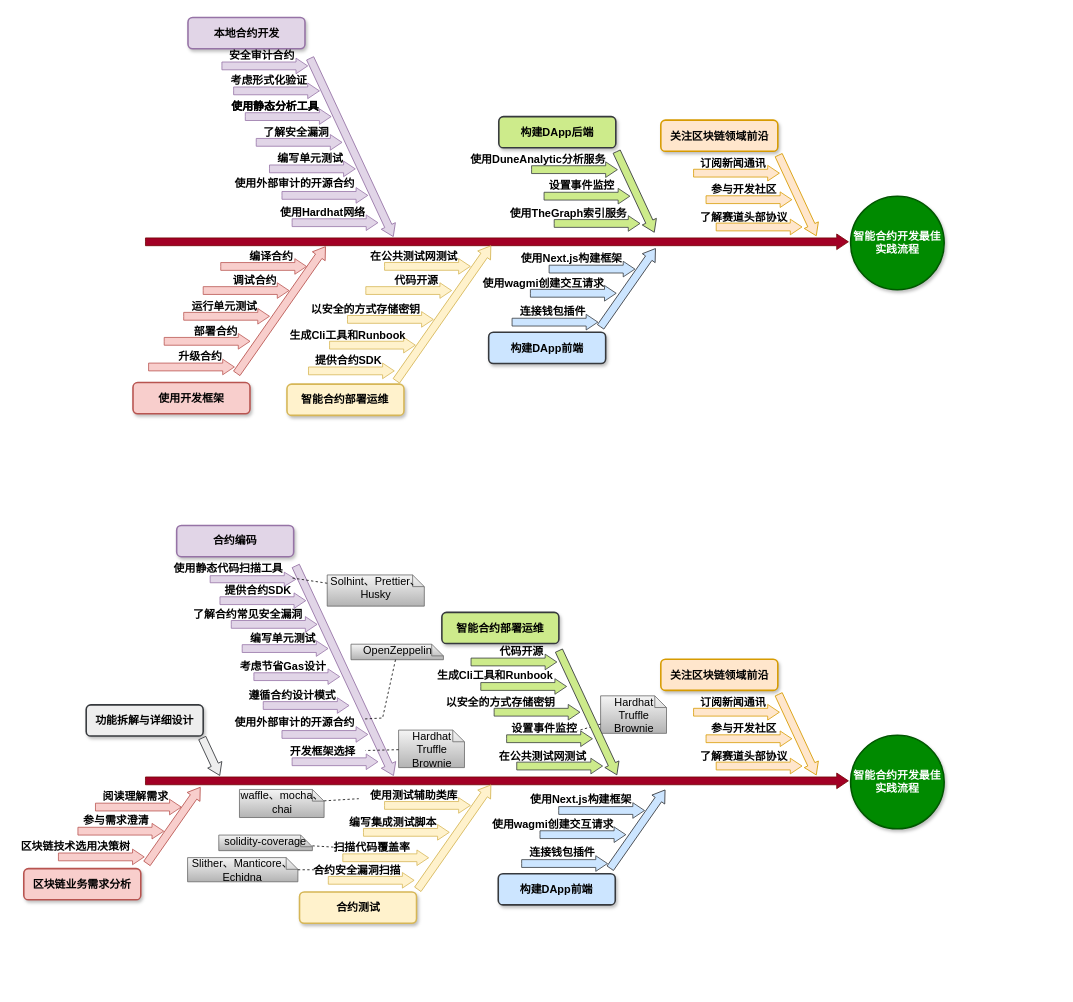
Before: 智能合约最佳实践流程.drawio in luuuuo/luuuuo_content, a draw.io diagram. Source tidied: cells renumbered, new cells numbered last; positions are measured from the earlier drawing's top-left corner, leaving out a move shared by most shapes. Both pictures are drawn from the tidied source at 78%, with x=0, y=0 at pixel (12, -110).
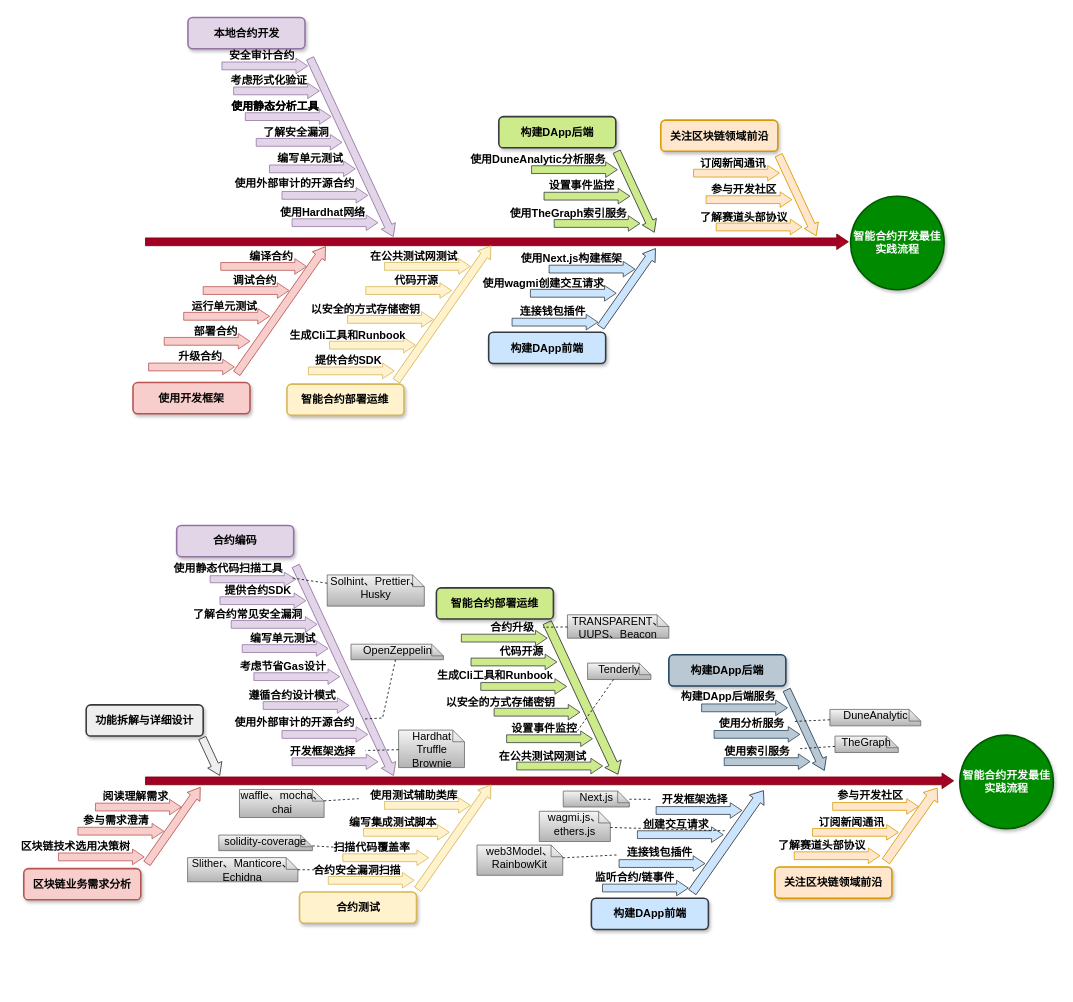
The same diagram, later.

Commit message (it also covers changes not shown here):
更新智能合约最佳实践流程.drawio

What changed in the source:
```diff
@@
     <mxCell id="90" style="html=1;shadow=0;dashed=0;align=center;verticalAlign=middle;shape=mxgraph.arrows2.arrow;dy=0.5;dx=15;direction=north;notch=0;rounded=0;strokeWidth=1;fontSize=14;rotation=90;fillColor=#a20025;strokeColor=#6F0000;fontStyle=1;fontColor=#ffffff;" parent="1" vertex="1">
-      <mxGeometry x="610.6" y="691" width="20" height="901.2" as="geometry" />
+      <mxGeometry x="678.1" y="623.5" width="20" height="1036.2" as="geometry" />
     </mxCell>
@@
     <mxCell id="93" value="智能合约开发最佳实践流程" style="ellipse;whiteSpace=wrap;html=1;rounded=1;shadow=1;strokeWidth=2;fontSize=14;align=center;fontStyle=1;fillColor=#008a00;fontColor=#ffffff;strokeColor=#005700;" parent="1" vertex="1">
-      <mxGeometry x="1074" y="1083.1" width="120" height="120" as="geometry" />
+      <mxGeometry x="1214" y="1083" width="120" height="120" as="geometry" />
     </mxCell>
@@
     <mxCell id="99" style="html=1;shadow=0;dashed=0;align=center;verticalAlign=middle;shape=mxgraph.arrows2.arrow;dy=0.5;dx=15;direction=north;notch=0;rounded=0;strokeWidth=1;fontSize=14;rotation=35;fillColor=#cce5ff;strokeColor=#36393d;fontStyle=1;" parent="1" vertex="1">
-      <mxGeometry x="791" y="1142.2" width="20" height="122.5" as="geometry" />
+      <mxGeometry x="905.2" y="1139.8" width="23" height="158.8" as="geometry" />
     </mxCell>
     <mxCell id="100" value="构建DApp前端" style="rounded=1;whiteSpace=wrap;html=1;shadow=1;strokeWidth=2;fontSize=14;fillColor=#cce5ff;strokeColor=#36393d;align=center;fontStyle=1;" parent="1" vertex="1">
-      <mxGeometry x="622.3" y="1260.6" width="150" height="40" as="geometry" />
+      <mxGeometry x="741.7" y="1292.1" width="150" height="40" as="geometry" />
     </mxCell>
     <mxCell id="101" style="html=1;shadow=0;dashed=0;align=center;verticalAlign=middle;shape=mxgraph.arrows2.arrow;dy=0.5;dx=15;direction=north;notch=0;rounded=0;strokeWidth=1;fontSize=14;rotation=90;horizontal=0;labelPosition=left;verticalLabelPosition=middle;fillColor=#cce5ff;strokeColor=#36393d;fontStyle=1;" parent="1" vertex="1">
-      <mxGeometry x="744.8" y="1124.6" width="20" height="110" as="geometry" />
+      <mxGeometry x="869.7" y="1124.6" width="20" height="110" as="geometry" />
     </mxCell>
-    <mxCell id="102" value="使用Next.js构建框架" style="text;html=1;align=center;verticalAlign=middle;points=[];strokeColor=none;fillColor=none;fontSize=14;fontStyle=1;" parent="1" vertex="1">
-      <mxGeometry x="652.8" y="1150.6" width="150" height="30" as="geometry" />
+    <mxCell id="102" value="开发框架选择" style="text;html=1;align=center;verticalAlign=middle;points=[];strokeColor=none;fillColor=none;fontSize=14;fontStyle=1;" parent="1" vertex="1">
+      <mxGeometry x="818.7" y="1150.6" width="110" height="30" as="geometry" />
     </mxCell>
     <mxCell id="103" style="html=1;shadow=0;dashed=0;align=center;verticalAlign=middle;shape=mxgraph.arrows2.arrow;dy=0.5;dx=15;direction=north;notch=0;rounded=0;strokeWidth=1;fontSize=14;rotation=90;horizontal=0;labelPosition=left;verticalLabelPosition=middle;fillColor=#cce5ff;strokeColor=#36393d;fontStyle=1;" parent="1" vertex="1">
-      <mxGeometry x="720.8" y="1155.6" width="20" height="110" as="geometry" />
+      <mxGeometry x="845.7" y="1155.6" width="20" height="110" as="geometry" />
     </mxCell>
-    <mxCell id="104" value="使用wagmi创建交互请求" style="text;html=1;align=center;verticalAlign=middle;strokeColor=none;fillColor=none;fontSize=14;fontStyle=1;" parent="1" vertex="1">
-      <mxGeometry x="601.8" y="1182.6" width="180" height="30" as="geometry" />
+    <mxCell id="104" value="创建交互请求" style="text;html=1;align=center;verticalAlign=middle;strokeColor=none;fillColor=none;fontSize=14;fontStyle=1;" parent="1" vertex="1">
+      <mxGeometry x="794.6" y="1183.1" width="110" height="30" as="geometry" />
     </mxCell>
-    <mxCell id="105" style="group;align=center;fontSize=14;fontStyle=1;" parent="1" vertex="1">
-      <mxGeometry x="575" y="1209.6" width="211" height="45" as="geometry" />
-    </mxCell>
-    <mxCell id="106" style="html=1;shadow=0;dashed=0;align=center;verticalAlign=middle;shape=mxgraph.arrows2.arrow;dy=0.5;dx=15;direction=north;notch=0;rounded=0;strokeWidth=1;fontSize=14;rotation=90;horizontal=0;labelPosition=left;verticalLabelPosition=middle;fillColor=#cce5ff;strokeColor=#36393d;fontStyle=1;" parent="105" vertex="1">
-      <mxGeometry x="122.3" y="-17" width="20" height="110" as="geometry" />
-    </mxCell>
-    <mxCell id="107" value="连接钱包插件" style="text;html=1;align=center;verticalAlign=middle;points=[];strokeColor=none;fillColor=none;fontSize=14;fontStyle=1;" parent="105" vertex="1">
-      <mxGeometry x="74.3" y="9" width="110" height="30" as="geometry" />
-    </mxCell>
-    <mxCell id="108" style="group;align=center;fontSize=14;fontStyle=1;" parent="1" vertex="1">
-      <mxGeometry x="754.7" y="1049.6" width="245" height="48" as="geometry" />
-    </mxCell>
-    <mxCell id="109" style="html=1;shadow=0;dashed=0;align=center;verticalAlign=middle;shape=mxgraph.arrows2.arrow;dy=0.5;dx=15;direction=north;notch=0;rounded=0;strokeWidth=1;fontSize=14;rotation=90;horizontal=0;labelPosition=left;verticalLabelPosition=middle;fillColor=#ffe6cc;strokeColor=#d79b00;fontStyle=1;" parent="108" vertex="1">
-      <mxGeometry x="179" y="-17" width="20" height="110" as="geometry" />
-    </mxCell>
-    <mxCell id="110" value="&lt;font style=&quot;font-size: 14px;&quot;&gt;参与开发社区&lt;/font&gt;" style="text;html=1;align=center;verticalAlign=middle;strokeColor=none;fillColor=none;fontSize=14;fontStyle=1;" parent="108" vertex="1">
-      <mxGeometry x="127" y="9" width="110" height="30" as="geometry" />
-    </mxCell>
-    <mxCell id="111" value="Hardhat&#10;Truffle&#10;Brownie" style="shape=note;size=15;spacingLeft=5;overflow=fill;whiteSpace=wrap;fontSize=14;verticalAlign=middle;spacing=0;fillColor=#f5f5f5;strokeColor=#666666;gradientColor=#b3b3b3;" parent="108" vertex="1">
-      <mxGeometry x="-1.2" y="-17" width="84.5" height="48.1" as="geometry" />
-    </mxCell>
-    <mxCell id="112" style="rounded=0;endArrow=none;dashed=1;html=1;fontSize=14;" parent="108" edge="1" source="111">
-      <mxGeometry relative="1" as="geometry">
-        <mxPoint x="-30.7" y="27.8" as="targetPoint" />
-      </mxGeometry>
-    </mxCell>
-    <mxCell id="113" style="html=1;shadow=0;dashed=0;align=center;verticalAlign=middle;shape=mxgraph.arrows2.arrow;dy=0.5;dx=15;direction=north;notch=0;rounded=0;strokeWidth=1;fontSize=14;rotation=90;horizontal=0;labelPosition=left;verticalLabelPosition=middle;fillColor=#ffe6cc;strokeColor=#d79b00;fontStyle=1;" parent="1" vertex="1">
-      <mxGeometry x="946.7" y="1067.6" width="20" height="110" as="geometry" />
-    </mxCell>
-    <mxCell id="114" value="&lt;font style=&quot;font-size: 14px;&quot;&gt;了解赛道头部协议&lt;/font&gt;" style="text;html=1;align=center;verticalAlign=middle;strokeColor=none;fillColor=none;fontSize=14;fontStyle=1;" parent="1" vertex="1">
-      <mxGeometry x="866.7" y="1094.6" width="140" height="30" as="geometry" />
-    </mxCell>
-    <mxCell id="115" style="html=1;shadow=0;dashed=0;align=center;verticalAlign=middle;shape=mxgraph.arrows2.arrow;dy=0.5;dx=15;direction=north;notch=0;rounded=0;strokeWidth=1;fontSize=14;rotation=155;fillColor=#ffe6cc;strokeColor=#d79b00;fontStyle=1;" parent="1" vertex="1">
-      <mxGeometry x="995.9" y="1025.3" width="20" height="114" as="geometry" />
-    </mxCell>
-    <mxCell id="116" style="html=1;shadow=0;dashed=0;align=center;verticalAlign=middle;shape=mxgraph.arrows2.arrow;dy=0.5;dx=15;direction=north;notch=0;rounded=0;strokeWidth=1;fontSize=14;rotation=90;horizontal=0;labelPosition=left;verticalLabelPosition=middle;fillColor=#ffe6cc;strokeColor=#d79b00;fontStyle=1;" parent="1" vertex="1">
-      <mxGeometry x="917.7" y="998.6" width="20" height="110" as="geometry" />
-    </mxCell>
-    <mxCell id="117" value="&lt;font style=&quot;font-size: 14px;&quot;&gt;订阅新闻通讯&lt;/font&gt;" style="text;html=1;align=center;verticalAlign=middle;strokeColor=none;fillColor=none;fontSize=14;fontStyle=1;" parent="1" vertex="1">
-      <mxGeometry x="867.7" y="1025.6" width="110" height="30" as="geometry" />
-    </mxCell>
     <mxCell id="118" value="关注区块链领域前沿" style="rounded=1;whiteSpace=wrap;html=1;shadow=1;strokeWidth=2;fontSize=14;fillColor=#ffe6cc;strokeColor=#d79b00;align=center;fontStyle=1;" parent="1" vertex="1">
-      <mxGeometry x="830.7" y="985.6" width="150" height="40" as="geometry" />
+      <mxGeometry x="977" y="1252.1" width="150" height="40" as="geometry" />
     </mxCell>
@@
     <mxCell id="164" style="html=1;shadow=0;dashed=0;align=center;verticalAlign=middle;shape=mxgraph.arrows2.arrow;dy=0.5;dx=15;direction=north;notch=0;rounded=0;strokeWidth=1;fontSize=14;rotation=155;fillColor=#cdeb8b;strokeColor=#36393d;fontStyle=1;" parent="1" vertex="1">
-      <mxGeometry x="727.2" y="966.4" width="20" height="175.7" as="geometry" />
+      <mxGeometry x="718.8" y="928.7" width="23.2" height="214.6" as="geometry" />
     </mxCell>
@@
     <mxCell id="167" value="智能合约部署运维" style="rounded=1;whiteSpace=wrap;html=1;shadow=1;strokeWidth=2;fontSize=14;fillColor=#cdeb8b;strokeColor=#36393d;align=center;fontStyle=1;" parent="1" vertex="1">
-      <mxGeometry x="550" y="925.6" width="150" height="40" as="geometry" />
+      <mxGeometry x="543" y="894.2" width="150" height="40" as="geometry" />
     </mxCell>
-    <mxCell id="168" style="html=1;shadow=0;dashed=0;align=center;verticalAlign=middle;shape=mxgraph.arrows2.arrow;dy=0.5;dx=15;direction=north;notch=0;rounded=0;strokeWidth=1;fontSize=14;rotation=90;horizontal=0;labelPosition=left;verticalLabelPosition=middle;fillColor=#cdeb8b;strokeColor=#36393d;fontStyle=1;" parent="1" vertex="1">
-      <mxGeometry x="632.4" y="934.2" width="20" height="110" as="geometry" />
-    </mxCell>
-    <mxCell id="169" value="代码开源" style="text;html=1;align=center;verticalAlign=middle;strokeColor=none;fillColor=none;fontSize=14;fontStyle=1;" parent="1" vertex="1">
-      <mxGeometry x="612" y="960.6" width="80" height="30" as="geometry" />
-    </mxCell>
@@
+    <mxCell id="182" style="group;" parent="1" vertex="1">
+      <mxGeometry x="774.2" y="1218.6" width="113" height="39" as="geometry" />
+    </mxCell>
+    <mxCell id="106" style="html=1;shadow=0;dashed=0;align=center;verticalAlign=middle;shape=mxgraph.arrows2.arrow;dy=0.5;dx=15;direction=north;notch=0;rounded=0;strokeWidth=1;fontSize=14;rotation=90;horizontal=0;labelPosition=left;verticalLabelPosition=middle;fillColor=#cce5ff;strokeColor=#36393d;fontStyle=1;" parent="182" vertex="1">
+      <mxGeometry x="48" y="-26" width="20" height="110" as="geometry" />
+    </mxCell>
+    <mxCell id="107" value="连接钱包插件" style="text;html=1;align=center;verticalAlign=middle;points=[];strokeColor=none;fillColor=none;fontSize=14;fontStyle=1;" parent="182" vertex="1">
+      <mxGeometry width="110" height="30" as="geometry" />
+    </mxCell>
+    <mxCell id="183" style="group;" parent="1" vertex="1">
+      <mxGeometry x="752.9" y="1250" width="120" height="39" as="geometry" />
+    </mxCell>
+    <mxCell id="184" style="html=1;shadow=0;dashed=0;align=center;verticalAlign=middle;shape=mxgraph.arrows2.arrow;dy=0.5;dx=15;direction=north;notch=0;rounded=0;strokeWidth=1;fontSize=14;rotation=90;horizontal=0;labelPosition=left;verticalLabelPosition=middle;fillColor=#cce5ff;strokeColor=#36393d;fontStyle=1;" parent="183" vertex="1">
+      <mxGeometry x="48" y="-26" width="20" height="110" as="geometry" />
+    </mxCell>
+    <mxCell id="185" value="监听合约/链事件" style="text;html=1;align=center;verticalAlign=middle;strokeColor=none;fillColor=none;fontSize=14;fontStyle=1;" parent="183" vertex="1">
+      <mxGeometry x="-21" width="130" height="30" as="geometry" />
+    </mxCell>
+    <mxCell id="186" value="TRANSPARENT、UUPS、Beacon" style="shape=note;size=15;spacingLeft=5;overflow=fill;whiteSpace=wrap;fontSize=14;verticalAlign=middle;spacing=0;fillColor=#f5f5f5;strokeColor=#666666;gradientColor=#b3b3b3;" parent="1" vertex="1">
+      <mxGeometry x="711" y="928.7" width="130" height="30" as="geometry" />
+    </mxCell>
+    <mxCell id="187" style="rounded=0;endArrow=none;dashed=1;html=1;fontSize=14;" parent="1" edge="1" source="186" target="191">
+      <mxGeometry relative="1" as="geometry" />
+    </mxCell>
+    <mxCell id="111" value="Tenderly" style="shape=note;size=15;spacingLeft=5;overflow=fill;whiteSpace=wrap;fontSize=14;verticalAlign=middle;spacing=0;fillColor=#f5f5f5;strokeColor=#666666;gradientColor=#b3b3b3;" parent="1" vertex="1">
+      <mxGeometry x="736.8" y="990.6" width="81.2" height="21.1" as="geometry" />
+    </mxCell>
+    <mxCell id="112" style="rounded=0;endArrow=none;dashed=1;html=1;fontSize=14;" parent="1" edge="1" source="111">
+      <mxGeometry relative="1" as="geometry">
+        <mxPoint x="724" y="1077.4" as="targetPoint" />
+      </mxGeometry>
+    </mxCell>
+    <mxCell id="188" style="group;" parent="1" vertex="1">
+      <mxGeometry x="587.4" y="960.6" width="110" height="38.6" as="geometry" />
+    </mxCell>
+    <mxCell id="168" style="html=1;shadow=0;dashed=0;align=center;verticalAlign=middle;shape=mxgraph.arrows2.arrow;dy=0.5;dx=15;direction=north;notch=0;rounded=0;strokeWidth=1;fontSize=14;rotation=90;horizontal=0;labelPosition=left;verticalLabelPosition=middle;fillColor=#cdeb8b;strokeColor=#36393d;fontStyle=1;" parent="188" vertex="1">
+      <mxGeometry x="45" y="-26.4" width="20" height="110" as="geometry" />
+    </mxCell>
+    <mxCell id="169" value="代码开源" style="text;html=1;align=center;verticalAlign=middle;strokeColor=none;fillColor=none;fontSize=14;fontStyle=1;" parent="188" vertex="1">
+      <mxGeometry x="24.6" width="80" height="30" as="geometry" />
+    </mxCell>
+    <mxCell id="189" style="group;" parent="1" vertex="1">
+      <mxGeometry x="575" y="930" width="110" height="38.6" as="geometry" />
+    </mxCell>
+    <mxCell id="190" style="html=1;shadow=0;dashed=0;align=center;verticalAlign=middle;shape=mxgraph.arrows2.arrow;dy=0.5;dx=15;direction=north;notch=0;rounded=0;strokeWidth=1;fontSize=14;rotation=90;horizontal=0;labelPosition=left;verticalLabelPosition=middle;fillColor=#cdeb8b;strokeColor=#36393d;fontStyle=1;" parent="189" vertex="1">
+      <mxGeometry x="45" y="-26.4" width="20" height="110" as="geometry" />
+    </mxCell>
+    <mxCell id="191" value="合约升级" style="text;html=1;align=center;verticalAlign=middle;points=[];strokeColor=none;fillColor=none;fontSize=14;fontStyle=1;" parent="189" vertex="1">
+      <mxGeometry x="24.6" width="80" height="30" as="geometry" />
+    </mxCell>
+    <mxCell id="192" value="Next.js" style="shape=note;size=15;spacingLeft=5;overflow=fill;whiteSpace=wrap;fontSize=14;verticalAlign=middle;spacing=0;fillColor=#f5f5f5;strokeColor=#666666;gradientColor=#b3b3b3;" parent="1" vertex="1">
+      <mxGeometry x="705.6" y="1154.7" width="84.8" height="20.4" as="geometry" />
+    </mxCell>
+    <mxCell id="193" style="rounded=0;endArrow=none;dashed=1;html=1;fontSize=14;" parent="1" edge="1" source="192" target="102">
+      <mxGeometry relative="1" as="geometry" />
+    </mxCell>
+    <mxCell id="194" value="wagmi.js、ethers.js" style="shape=note;size=15;spacingLeft=5;overflow=fill;whiteSpace=wrap;fontSize=14;verticalAlign=middle;spacing=0;fillColor=#f5f5f5;strokeColor=#666666;gradientColor=#b3b3b3;" parent="1" vertex="1">
+      <mxGeometry x="674.9" y="1180.6" width="91.1" height="38.8" as="geometry" />
+    </mxCell>
+    <mxCell id="195" style="rounded=0;endArrow=none;dashed=1;html=1;fontSize=14;" parent="1" edge="1" source="194">
+      <mxGeometry relative="1" as="geometry">
+        <mxPoint x="912.6" y="1205.6" as="targetPoint" />
+      </mxGeometry>
+    </mxCell>
+    <mxCell id="196" value="web3Model、RainbowKit" style="shape=note;size=15;spacingLeft=5;overflow=fill;whiteSpace=wrap;fontSize=14;verticalAlign=middle;spacing=0;fillColor=#f5f5f5;strokeColor=#666666;gradientColor=#b3b3b3;" parent="1" vertex="1">
+      <mxGeometry x="595" y="1223.9" width="110" height="38.8" as="geometry" />
+    </mxCell>
+    <mxCell id="197" style="rounded=0;endArrow=none;dashed=1;html=1;fontSize=14;" parent="1" edge="1" source="196" target="107">
+      <mxGeometry relative="1" as="geometry" />
+    </mxCell>
+    <mxCell id="198" style="html=1;shadow=0;dashed=0;align=center;verticalAlign=middle;shape=mxgraph.arrows2.arrow;dy=0.5;dx=15;direction=north;notch=0;rounded=0;strokeWidth=1;fontSize=14;rotation=90;horizontal=0;labelPosition=left;verticalLabelPosition=middle;fillColor=#bac8d3;strokeColor=#23445d;fontStyle=1;" parent="1" vertex="1">
+      <mxGeometry x="944" y="1027" width="20" height="110" as="geometry" />
+    </mxCell>
+    <mxCell id="199" value="使用分析服务" style="text;html=1;align=center;verticalAlign=middle;points=[];strokeColor=none;fillColor=none;fontSize=14;fontStyle=1;" parent="1" vertex="1">
+      <mxGeometry x="892" y="1053" width="110" height="30" as="geometry" />
+    </mxCell>
+    <mxCell id="200" style="html=1;shadow=0;dashed=0;align=center;verticalAlign=middle;shape=mxgraph.arrows2.arrow;dy=0.5;dx=15;direction=north;notch=0;rounded=0;strokeWidth=1;fontSize=14;rotation=90;horizontal=0;labelPosition=left;verticalLabelPosition=middle;fillColor=#bac8d3;strokeColor=#23445d;fontStyle=1;" parent="1" vertex="1">
+      <mxGeometry x="957" y="1062" width="20" height="110" as="geometry" />
+    </mxCell>
+    <mxCell id="201" value="&lt;font style=&quot;font-size: 14px;&quot;&gt;使用索引服务&lt;/font&gt;" style="text;html=1;align=center;verticalAlign=middle;points=[];strokeColor=none;fillColor=none;fontSize=14;fontStyle=1;" parent="1" vertex="1">
+      <mxGeometry x="899" y="1088.6" width="110" height="30" as="geometry" />
+    </mxCell>
+    <mxCell id="202" style="html=1;shadow=0;dashed=0;align=center;verticalAlign=middle;shape=mxgraph.arrows2.arrow;dy=0.5;dx=15;direction=north;notch=0;rounded=0;strokeWidth=1;fontSize=14;rotation=155;fillColor=#bac8d3;strokeColor=#23445d;fontStyle=1;" parent="1" vertex="1">
+      <mxGeometry x="1006.2" y="1019.6" width="20" height="114" as="geometry" />
+    </mxCell>
+    <mxCell id="203" style="html=1;shadow=0;dashed=0;align=center;verticalAlign=middle;shape=mxgraph.arrows2.arrow;dy=0.5;dx=15;direction=north;notch=0;rounded=0;strokeWidth=1;fontSize=14;rotation=90;horizontal=0;labelPosition=left;verticalLabelPosition=middle;fillColor=#bac8d3;strokeColor=#23445d;fontStyle=1;" parent="1" vertex="1">
+      <mxGeometry x="928" y="993" width="20" height="110" as="geometry" />
+    </mxCell>
+    <mxCell id="204" value="构建DApp后端服务" style="text;html=1;align=center;verticalAlign=middle;strokeColor=none;fillColor=none;fontSize=14;fontStyle=1;" parent="1" vertex="1">
+      <mxGeometry x="847" y="1019" width="140" height="30" as="geometry" />
+    </mxCell>
+    <mxCell id="205" value="构建DApp后端" style="rounded=1;whiteSpace=wrap;html=1;shadow=1;strokeWidth=2;fontSize=14;fillColor=#bac8d3;strokeColor=#23445d;align=center;fontStyle=1;" parent="1" vertex="1">
+      <mxGeometry x="841" y="980" width="150" height="40" as="geometry" />
+    </mxCell>
+    <mxCell id="206" value="TheGraph" style="shape=note;size=15;spacingLeft=5;overflow=fill;whiteSpace=wrap;fontSize=14;verticalAlign=middle;spacing=0;fillColor=#f5f5f5;strokeColor=#666666;gradientColor=#b3b3b3;" parent="1" vertex="1">
+      <mxGeometry x="1054" y="1084.2" width="81.2" height="21.1" as="geometry" />
+    </mxCell>
+    <mxCell id="207" style="rounded=0;endArrow=none;dashed=1;html=1;fontSize=14;entryX=1.004;entryY=0.39;entryDx=0;entryDy=0;entryPerimeter=0;" parent="1" edge="1" source="206" target="201">
+      <mxGeometry relative="1" as="geometry" />
+    </mxCell>
+    <mxCell id="208" value="DuneAnalytic" style="shape=note;size=15;spacingLeft=5;overflow=fill;whiteSpace=wrap;fontSize=14;verticalAlign=middle;spacing=0;fillColor=#f5f5f5;strokeColor=#666666;gradientColor=#b3b3b3;" parent="1" vertex="1">
+      <mxGeometry x="1047.5" y="1050" width="116.5" height="21.1" as="geometry" />
+    </mxCell>
+    <mxCell id="209" style="rounded=0;endArrow=none;dashed=1;html=1;fontSize=14;" parent="1" edge="1" source="208" target="199">
+      <mxGeometry relative="1" as="geometry" />
+    </mxCell>
+    <mxCell id="210" style="html=1;shadow=0;dashed=0;align=center;verticalAlign=middle;shape=mxgraph.arrows2.arrow;dy=0.5;dx=15;direction=north;notch=0;rounded=0;strokeWidth=1;fontSize=14;rotation=35;fillColor=#ffe6cc;strokeColor=#d79b00;fontStyle=1;" parent="1" vertex="1">
+      <mxGeometry x="1140.7" y="1140.5" width="23" height="114.5" as="geometry" />
+    </mxCell>
+    <mxCell id="211" style="group;" parent="1" vertex="1">
+      <mxGeometry x="1020.2" y="1179.6" width="115" height="38" as="geometry" />
+    </mxCell>
+    <mxCell id="116" style="html=1;shadow=0;dashed=0;align=center;verticalAlign=middle;shape=mxgraph.arrows2.arrow;dy=0.5;dx=15;direction=north;notch=0;rounded=0;strokeWidth=1;fontSize=14;rotation=90;horizontal=0;labelPosition=left;verticalLabelPosition=middle;fillColor=#ffe6cc;strokeColor=#d79b00;fontStyle=1;" parent="211" vertex="1">
+      <mxGeometry x="50" y="-27" width="20" height="110" as="geometry" />
+    </mxCell>
+    <mxCell id="117" value="&lt;font style=&quot;font-size: 14px;&quot;&gt;订阅新闻通讯&lt;/font&gt;" style="text;html=1;align=center;verticalAlign=middle;strokeColor=none;fillColor=none;fontSize=14;fontStyle=1;" parent="211" vertex="1">
+      <mxGeometry width="110" height="30" as="geometry" />
+    </mxCell>
+    <mxCell id="212" style="group;" parent="1" vertex="1">
+      <mxGeometry x="1044" y="1145.4" width="117" height="39" as="geometry" />
+    </mxCell>
+    <mxCell id="109" style="html=1;shadow=0;dashed=0;align=center;verticalAlign=middle;shape=mxgraph.arrows2.arrow;dy=0.5;dx=15;direction=north;notch=0;rounded=0;strokeWidth=1;fontSize=14;rotation=90;horizontal=0;labelPosition=left;verticalLabelPosition=middle;fillColor=#ffe6cc;strokeColor=#d79b00;fontStyle=1;" parent="212" vertex="1">
+      <mxGeometry x="52" y="-26" width="20" height="110" as="geometry" />
+    </mxCell>
+    <mxCell id="110" value="&lt;font style=&quot;font-size: 14px;&quot;&gt;参与开发社区&lt;/font&gt;" style="text;html=1;align=center;verticalAlign=middle;strokeColor=none;fillColor=none;fontSize=14;fontStyle=1;" parent="212" vertex="1">
+      <mxGeometry width="110" height="30" as="geometry" />
+    </mxCell>
+    <mxCell id="213" style="group;" parent="1" vertex="1">
+      <mxGeometry x="966.7" y="1209.6" width="145" height="38" as="geometry" />
+    </mxCell>
+    <mxCell id="113" style="html=1;shadow=0;dashed=0;align=center;verticalAlign=middle;shape=mxgraph.arrows2.arrow;dy=0.5;dx=15;direction=north;notch=0;rounded=0;strokeWidth=1;fontSize=14;rotation=90;horizontal=0;labelPosition=left;verticalLabelPosition=middle;fillColor=#ffe6cc;strokeColor=#d79b00;fontStyle=1;" parent="213" vertex="1">
+      <mxGeometry x="80" y="-27" width="20" height="110" as="geometry" />
+    </mxCell>
+    <mxCell id="114" value="&lt;font style=&quot;font-size: 14px;&quot;&gt;了解赛道头部协议&lt;/font&gt;" style="text;html=1;align=center;verticalAlign=middle;strokeColor=none;fillColor=none;fontSize=14;fontStyle=1;" parent="213" vertex="1">
+      <mxGeometry width="140" height="30" as="geometry" />
+    </mxCell>
```
